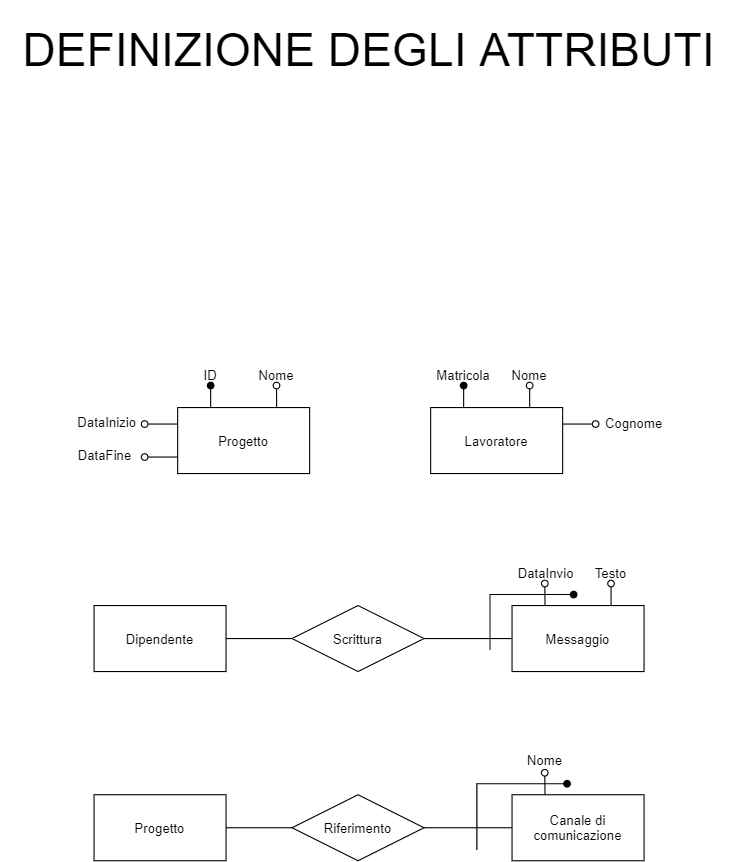
The draw.io diagram Relazione/Schema ER/definizione-attributi.png in martafra/BD-Chat-Multicanale, before a commit. Source tidied: cells renumbered, new cells last; positions are measured from the earlier drawing's top-left corner, leaving out a move shared by most shapes. Its diagram source:
```xml
<mxGraphModel>
  <root>
    <mxCell id="0" />
    <mxCell id="1" parent="0" />
    <mxCell id="2" value="DEFINIZIONE DEGLI ATTRIBUTI" style="text;html=1;strokeColor=none;fillColor=none;align=center;verticalAlign=middle;whiteSpace=wrap;rounded=0;fontSize=42;" parent="1" vertex="1">
      <mxGeometry width="670" height="90" as="geometry" />
    </mxCell>
    <mxCell id="3" style="edgeStyle=orthogonalEdgeStyle;rounded=0;jettySize=auto;html=1;exitX=0.25;exitY=0;exitDx=0;exitDy=0;endArrow=oval;endFill=1;" parent="1" edge="1" source="7">
      <mxGeometry relative="1" as="geometry">
        <mxPoint x="191" y="350" as="targetPoint" />
      </mxGeometry>
    </mxCell>
    <mxCell id="4" style="edgeStyle=orthogonalEdgeStyle;rounded=0;jettySize=auto;html=1;exitX=0.75;exitY=0;exitDx=0;exitDy=0;endArrow=oval;endFill=0;" parent="1" edge="1" source="7">
      <mxGeometry relative="1" as="geometry">
        <mxPoint x="250.9" y="350" as="targetPoint" />
      </mxGeometry>
    </mxCell>
    <mxCell id="5" style="edgeStyle=orthogonalEdgeStyle;rounded=0;jettySize=auto;html=1;exitX=0;exitY=0.25;exitDx=0;exitDy=0;endArrow=oval;endFill=0;" parent="1" edge="1" source="7">
      <mxGeometry relative="1" as="geometry">
        <mxPoint x="131" y="385" as="targetPoint" />
      </mxGeometry>
    </mxCell>
    <mxCell id="6" style="edgeStyle=orthogonalEdgeStyle;rounded=0;jettySize=auto;html=1;exitX=0;exitY=0.75;exitDx=0;exitDy=0;endArrow=oval;endFill=0;" parent="1" edge="1" source="7">
      <mxGeometry relative="1" as="geometry">
        <mxPoint x="131" y="415" as="targetPoint" />
      </mxGeometry>
    </mxCell>
    <mxCell id="7" value="Progetto" style="rounded=0;whiteSpace=wrap;html=1;" parent="1" vertex="1">
      <mxGeometry x="161" y="370" width="120" height="60" as="geometry" />
    </mxCell>
    <mxCell id="8" value="ID" style="text;html=1;strokeColor=none;fillColor=none;align=center;verticalAlign=middle;whiteSpace=wrap;rounded=0;" parent="1" vertex="1">
      <mxGeometry x="171" y="330" width="40" height="20" as="geometry" />
    </mxCell>
    <mxCell id="9" value="Nome" style="text;html=1;strokeColor=none;fillColor=none;align=center;verticalAlign=middle;whiteSpace=wrap;rounded=0;" parent="1" vertex="1">
      <mxGeometry x="231" y="330" width="40" height="20" as="geometry" />
    </mxCell>
    <mxCell id="10" value="DataInizio" style="text;html=1;strokeColor=none;fillColor=none;align=center;verticalAlign=middle;whiteSpace=wrap;rounded=0;" parent="1" vertex="1">
      <mxGeometry x="69" y="373" width="56" height="20" as="geometry" />
    </mxCell>
    <mxCell id="11" value="DataFine" style="text;html=1;strokeColor=none;fillColor=none;align=center;verticalAlign=middle;whiteSpace=wrap;rounded=0;" parent="1" vertex="1">
      <mxGeometry x="71" y="403" width="48" height="20" as="geometry" />
    </mxCell>
    <mxCell id="12" style="edgeStyle=orthogonalEdgeStyle;rounded=0;jettySize=auto;html=1;exitX=0.25;exitY=0;exitDx=0;exitDy=0;endArrow=oval;endFill=1;" parent="1" edge="1" source="15">
      <mxGeometry relative="1" as="geometry">
        <mxPoint x="421" y="350" as="targetPoint" />
      </mxGeometry>
    </mxCell>
    <mxCell id="13" style="edgeStyle=orthogonalEdgeStyle;rounded=0;jettySize=auto;html=1;exitX=0.75;exitY=0;exitDx=0;exitDy=0;endArrow=oval;endFill=0;" parent="1" edge="1" source="15">
      <mxGeometry relative="1" as="geometry">
        <mxPoint x="481" y="350" as="targetPoint" />
      </mxGeometry>
    </mxCell>
    <mxCell id="14" style="edgeStyle=orthogonalEdgeStyle;rounded=0;jettySize=auto;html=1;exitX=1;exitY=0.25;exitDx=0;exitDy=0;endArrow=oval;endFill=0;" parent="1" edge="1" source="15">
      <mxGeometry relative="1" as="geometry">
        <mxPoint x="541" y="385" as="targetPoint" />
      </mxGeometry>
    </mxCell>
    <mxCell id="15" value="Lavoratore" style="rounded=0;whiteSpace=wrap;html=1;" parent="1" vertex="1">
      <mxGeometry x="391" y="370" width="120" height="60" as="geometry" />
    </mxCell>
    <mxCell id="16" value="Matricola" style="text;html=1;strokeColor=none;fillColor=none;align=center;verticalAlign=middle;whiteSpace=wrap;rounded=0;" parent="1" vertex="1">
      <mxGeometry x="401" y="330" width="40" height="20" as="geometry" />
    </mxCell>
    <mxCell id="17" value="Nome" style="text;html=1;strokeColor=none;fillColor=none;align=center;verticalAlign=middle;whiteSpace=wrap;rounded=0;" parent="1" vertex="1">
      <mxGeometry x="461" y="330" width="40" height="20" as="geometry" />
    </mxCell>
    <mxCell id="18" value="Cognome" style="text;html=1;strokeColor=none;fillColor=none;align=center;verticalAlign=middle;whiteSpace=wrap;rounded=0;" parent="1" vertex="1">
      <mxGeometry x="551" y="374" width="50" height="20" as="geometry" />
    </mxCell>
    <mxCell id="19" style="edgeStyle=orthogonalEdgeStyle;rounded=0;jettySize=auto;html=1;exitX=1;exitY=0.5;exitDx=0;exitDy=0;entryX=0;entryY=0.5;entryDx=0;entryDy=0;endArrow=none;endFill=0;" parent="1" edge="1" source="20" target="25">
      <mxGeometry relative="1" as="geometry" />
    </mxCell>
    <mxCell id="20" value="Dipendente" style="rounded=0;whiteSpace=wrap;html=1;" parent="1" vertex="1">
      <mxGeometry x="85" y="550" width="120" height="60" as="geometry" />
    </mxCell>
    <mxCell id="21" style="edgeStyle=orthogonalEdgeStyle;rounded=0;jettySize=auto;html=1;exitX=0.75;exitY=0;exitDx=0;exitDy=0;endArrow=oval;endFill=0;" parent="1" edge="1" source="23">
      <mxGeometry relative="1" as="geometry">
        <mxPoint x="555" y="530" as="targetPoint" />
      </mxGeometry>
    </mxCell>
    <mxCell id="22" style="edgeStyle=orthogonalEdgeStyle;rounded=0;jettySize=auto;html=1;exitX=0.25;exitY=0;exitDx=0;exitDy=0;endArrow=oval;endFill=0;" parent="1" edge="1" source="23">
      <mxGeometry relative="1" as="geometry">
        <mxPoint x="494.8" y="530" as="targetPoint" />
      </mxGeometry>
    </mxCell>
    <mxCell id="23" value="Messaggio" style="rounded=0;whiteSpace=wrap;html=1;" parent="1" vertex="1">
      <mxGeometry x="465" y="550" width="120" height="60" as="geometry" />
    </mxCell>
    <mxCell id="24" style="edgeStyle=orthogonalEdgeStyle;rounded=0;jettySize=auto;html=1;exitX=1;exitY=0.5;exitDx=0;exitDy=0;entryX=0;entryY=0.5;entryDx=0;entryDy=0;endArrow=none;endFill=0;" parent="1" edge="1" source="25" target="23">
      <mxGeometry relative="1" as="geometry" />
    </mxCell>
    <mxCell id="25" value="Scrittura" style="shape=rhombus;perimeter=rhombusPerimeter;whiteSpace=wrap;html=1;align=center;" parent="1" vertex="1">
      <mxGeometry x="265" y="550" width="120" height="60" as="geometry" />
    </mxCell>
    <mxCell id="26" value="Testo" style="text;html=1;strokeColor=none;fillColor=none;align=center;verticalAlign=middle;whiteSpace=wrap;rounded=0;" parent="1" vertex="1">
      <mxGeometry x="535" y="510" width="40" height="20" as="geometry" />
    </mxCell>
    <mxCell id="27" value="DataInvio" style="text;html=1;strokeColor=none;fillColor=none;align=center;verticalAlign=middle;whiteSpace=wrap;rounded=0;" parent="1" vertex="1">
      <mxGeometry x="471" y="510" width="50" height="20" as="geometry" />
    </mxCell>
    <mxCell id="28" style="edgeStyle=orthogonalEdgeStyle;rounded=0;orthogonalLoop=1;jettySize=auto;html=1;endArrow=oval;endFill=1;" parent="1" edge="1">
      <mxGeometry relative="1" as="geometry">
        <mxPoint x="445" y="590" as="sourcePoint" />
        <mxPoint x="521" y="540" as="targetPoint" />
        <Array as="points">
          <mxPoint x="445" y="540" />
        </Array>
      </mxGeometry>
    </mxCell>
    <mxCell id="29" value="Progetto" style="rounded=0;whiteSpace=wrap;html=1;" parent="1" vertex="1">
      <mxGeometry x="85" y="722" width="120" height="60" as="geometry" />
    </mxCell>
    <mxCell id="30" style="edgeStyle=orthogonalEdgeStyle;rounded=0;jettySize=auto;html=1;exitX=0.25;exitY=0;exitDx=0;exitDy=0;endArrow=oval;endFill=0;" parent="1" edge="1" source="31">
      <mxGeometry relative="1" as="geometry">
        <mxPoint x="494.7" y="702" as="targetPoint" />
      </mxGeometry>
    </mxCell>
    <mxCell id="31" value="Canale di comunicazione" style="rounded=0;whiteSpace=wrap;html=1;" parent="1" vertex="1">
      <mxGeometry x="465" y="722" width="120" height="60" as="geometry" />
    </mxCell>
    <mxCell id="32" style="edgeStyle=orthogonalEdgeStyle;rounded=0;orthogonalLoop=1;jettySize=auto;html=1;endArrow=oval;endFill=1;" parent="1" edge="1">
      <mxGeometry relative="1" as="geometry">
        <mxPoint x="433" y="772" as="sourcePoint" />
        <mxPoint x="515" y="712" as="targetPoint" />
        <Array as="points">
          <mxPoint x="433" y="772" />
          <mxPoint x="433" y="712" />
        </Array>
      </mxGeometry>
    </mxCell>
    <mxCell id="33" style="edgeStyle=orthogonalEdgeStyle;rounded=0;jettySize=auto;html=1;exitX=1;exitY=0.5;exitDx=0;exitDy=0;entryX=0;entryY=0.5;entryDx=0;entryDy=0;endArrow=none;endFill=0;" parent="1" edge="1" source="29" target="35">
      <mxGeometry relative="1" as="geometry" />
    </mxCell>
    <mxCell id="34" style="edgeStyle=orthogonalEdgeStyle;rounded=0;jettySize=auto;html=1;exitX=1;exitY=0.5;exitDx=0;exitDy=0;entryX=0;entryY=0.5;entryDx=0;entryDy=0;endArrow=none;endFill=0;" parent="1" edge="1" source="35" target="31">
      <mxGeometry relative="1" as="geometry" />
    </mxCell>
    <mxCell id="35" value="Riferimento" style="shape=rhombus;perimeter=rhombusPerimeter;whiteSpace=wrap;html=1;align=center;" parent="1" vertex="1">
      <mxGeometry x="265" y="722" width="120" height="60" as="geometry" />
    </mxCell>
    <mxCell id="36" value="Nome" style="text;html=1;strokeColor=none;fillColor=none;align=center;verticalAlign=middle;whiteSpace=wrap;rounded=0;" parent="1" vertex="1">
      <mxGeometry x="475" y="680" width="40" height="20" as="geometry" />
    </mxCell>
  </root>
</mxGraphModel>
```
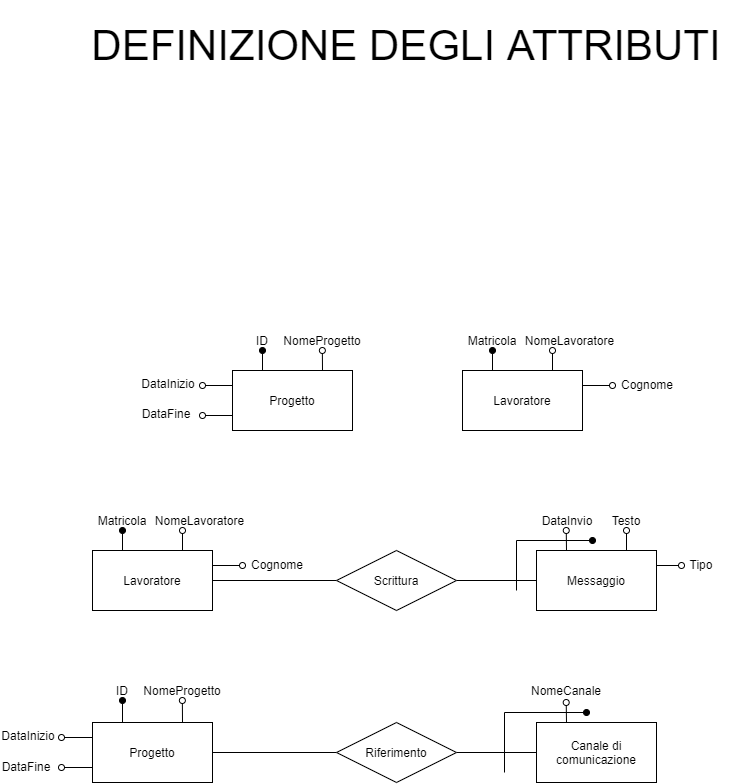
Later version of the same file.

Commit message:
Schema E-R ultimato, regole aziendali da RIVEDERE

Diff of the diagram source:
```diff
@@ -31,7 +31,7 @@
     <mxCell id="8" value="ID" style="text;html=1;strokeColor=none;fillColor=none;align=center;verticalAlign=middle;whiteSpace=wrap;rounded=0;" parent="1" vertex="1">
       <mxGeometry x="171" y="330" width="40" height="20" as="geometry" />
     </mxCell>
-    <mxCell id="9" value="Nome" style="text;html=1;strokeColor=none;fillColor=none;align=center;verticalAlign=middle;whiteSpace=wrap;rounded=0;" parent="1" vertex="1">
+    <mxCell id="9" value="NomeProgetto" style="text;html=1;strokeColor=none;fillColor=none;align=center;verticalAlign=middle;whiteSpace=wrap;rounded=0;" parent="1" vertex="1">
       <mxGeometry x="231" y="330" width="40" height="20" as="geometry" />
     </mxCell>
     <mxCell id="10" value="DataInizio" style="text;html=1;strokeColor=none;fillColor=none;align=center;verticalAlign=middle;whiteSpace=wrap;rounded=0;" parent="1" vertex="1">
@@ -61,18 +61,15 @@
     <mxCell id="16" value="Matricola" style="text;html=1;strokeColor=none;fillColor=none;align=center;verticalAlign=middle;whiteSpace=wrap;rounded=0;" parent="1" vertex="1">
       <mxGeometry x="401" y="330" width="40" height="20" as="geometry" />
     </mxCell>
-    <mxCell id="17" value="Nome" style="text;html=1;strokeColor=none;fillColor=none;align=center;verticalAlign=middle;whiteSpace=wrap;rounded=0;" parent="1" vertex="1">
-      <mxGeometry x="461" y="330" width="40" height="20" as="geometry" />
+    <mxCell id="17" value="NomeLavoratore" style="text;html=1;strokeColor=none;fillColor=none;align=center;verticalAlign=middle;whiteSpace=wrap;rounded=0;" parent="1" vertex="1">
+      <mxGeometry x="453.5" y="330" width="89" height="20" as="geometry" />
     </mxCell>
     <mxCell id="18" value="Cognome" style="text;html=1;strokeColor=none;fillColor=none;align=center;verticalAlign=middle;whiteSpace=wrap;rounded=0;" parent="1" vertex="1">
       <mxGeometry x="551" y="374" width="50" height="20" as="geometry" />
     </mxCell>
-    <mxCell id="19" style="edgeStyle=orthogonalEdgeStyle;rounded=0;jettySize=auto;html=1;exitX=1;exitY=0.5;exitDx=0;exitDy=0;entryX=0;entryY=0.5;entryDx=0;entryDy=0;endArrow=none;endFill=0;" parent="1" edge="1" source="20" target="25">
+    <mxCell id="19" style="edgeStyle=orthogonalEdgeStyle;rounded=0;jettySize=auto;html=1;exitX=1;exitY=0.5;exitDx=0;exitDy=0;entryX=0;entryY=0.5;entryDx=0;entryDy=0;endArrow=none;endFill=0;" parent="1" edge="1" source="41" target="25">
       <mxGeometry relative="1" as="geometry" />
     </mxCell>
-    <mxCell id="20" value="Dipendente" style="rounded=0;whiteSpace=wrap;html=1;" parent="1" vertex="1">
-      <mxGeometry x="85" y="550" width="120" height="60" as="geometry" />
-    </mxCell>
     <mxCell id="21" style="edgeStyle=orthogonalEdgeStyle;rounded=0;jettySize=auto;html=1;exitX=0.75;exitY=0;exitDx=0;exitDy=0;endArrow=oval;endFill=0;" parent="1" edge="1" source="23">
       <mxGeometry relative="1" as="geometry">
         <mxPoint x="555" y="530" as="targetPoint" />
@@ -83,6 +80,11 @@
         <mxPoint x="494.8" y="530" as="targetPoint" />
       </mxGeometry>
     </mxCell>
+    <mxCell id="37" style="edgeStyle=orthogonalEdgeStyle;rounded=0;jettySize=auto;html=1;exitX=1;exitY=0.25;exitDx=0;exitDy=0;endArrow=oval;endFill=0;" parent="1" edge="1" source="23">
+      <mxGeometry relative="1" as="geometry">
+        <mxPoint x="610" y="565" as="targetPoint" />
+      </mxGeometry>
+    </mxCell>
     <mxCell id="23" value="Messaggio" style="rounded=0;whiteSpace=wrap;html=1;" parent="1" vertex="1">
       <mxGeometry x="465" y="550" width="120" height="60" as="geometry" />
     </mxCell>
@@ -107,9 +109,6 @@
         </Array>
       </mxGeometry>
     </mxCell>
-    <mxCell id="29" value="Progetto" style="rounded=0;whiteSpace=wrap;html=1;" parent="1" vertex="1">
-      <mxGeometry x="85" y="722" width="120" height="60" as="geometry" />
-    </mxCell>
     <mxCell id="30" style="edgeStyle=orthogonalEdgeStyle;rounded=0;jettySize=auto;html=1;exitX=0.25;exitY=0;exitDx=0;exitDy=0;endArrow=oval;endFill=0;" parent="1" edge="1" source="31">
       <mxGeometry relative="1" as="geometry">
         <mxPoint x="494.7" y="702" as="targetPoint" />
@@ -137,8 +136,73 @@
     <mxCell id="35" value="Riferimento" style="shape=rhombus;perimeter=rhombusPerimeter;whiteSpace=wrap;html=1;align=center;" parent="1" vertex="1">
       <mxGeometry x="265" y="722" width="120" height="60" as="geometry" />
     </mxCell>
-    <mxCell id="36" value="Nome" style="text;html=1;strokeColor=none;fillColor=none;align=center;verticalAlign=middle;whiteSpace=wrap;rounded=0;" parent="1" vertex="1">
+    <mxCell id="36" value="NomeCanale" style="text;html=1;strokeColor=none;fillColor=none;align=center;verticalAlign=middle;whiteSpace=wrap;rounded=0;" parent="1" vertex="1">
       <mxGeometry x="475" y="680" width="40" height="20" as="geometry" />
     </mxCell>
+    <mxCell id="38" style="edgeStyle=orthogonalEdgeStyle;rounded=0;jettySize=auto;html=1;exitX=0.25;exitY=0;exitDx=0;exitDy=0;endArrow=oval;endFill=1;" parent="1" edge="1" source="41">
+      <mxGeometry relative="1" as="geometry">
+        <mxPoint x="51" y="530" as="targetPoint" />
+      </mxGeometry>
+    </mxCell>
+    <mxCell id="39" style="edgeStyle=orthogonalEdgeStyle;rounded=0;jettySize=auto;html=1;exitX=0.75;exitY=0;exitDx=0;exitDy=0;endArrow=oval;endFill=0;" parent="1" edge="1" source="41">
+      <mxGeometry relative="1" as="geometry">
+        <mxPoint x="111" y="530" as="targetPoint" />
+      </mxGeometry>
+    </mxCell>
+    <mxCell id="40" style="edgeStyle=orthogonalEdgeStyle;rounded=0;jettySize=auto;html=1;exitX=1;exitY=0.25;exitDx=0;exitDy=0;endArrow=oval;endFill=0;" parent="1" edge="1" source="41">
+      <mxGeometry relative="1" as="geometry">
+        <mxPoint x="171" y="565" as="targetPoint" />
+      </mxGeometry>
+    </mxCell>
+    <mxCell id="41" value="Lavoratore" style="rounded=0;whiteSpace=wrap;html=1;" parent="1" vertex="1">
+      <mxGeometry x="21" y="550" width="120" height="60" as="geometry" />
+    </mxCell>
+    <mxCell id="42" value="Matricola" style="text;html=1;strokeColor=none;fillColor=none;align=center;verticalAlign=middle;whiteSpace=wrap;rounded=0;" parent="1" vertex="1">
+      <mxGeometry x="31" y="510" width="40" height="20" as="geometry" />
+    </mxCell>
+    <mxCell id="43" value="NomeLavoratore" style="text;html=1;strokeColor=none;fillColor=none;align=center;verticalAlign=middle;whiteSpace=wrap;rounded=0;" parent="1" vertex="1">
+      <mxGeometry x="83.5" y="510" width="89" height="20" as="geometry" />
+    </mxCell>
+    <mxCell id="44" value="Cognome" style="text;html=1;strokeColor=none;fillColor=none;align=center;verticalAlign=middle;whiteSpace=wrap;rounded=0;" parent="1" vertex="1">
+      <mxGeometry x="181" y="554" width="50" height="20" as="geometry" />
+    </mxCell>
+    <mxCell id="45" style="edgeStyle=orthogonalEdgeStyle;rounded=0;jettySize=auto;html=1;exitX=0.25;exitY=0;exitDx=0;exitDy=0;endArrow=oval;endFill=1;" parent="1" edge="1" source="29">
+      <mxGeometry relative="1" as="geometry">
+        <mxPoint x="51" y="700" as="targetPoint" />
+      </mxGeometry>
+    </mxCell>
+    <mxCell id="46" style="edgeStyle=orthogonalEdgeStyle;rounded=0;jettySize=auto;html=1;exitX=0.75;exitY=0;exitDx=0;exitDy=0;endArrow=oval;endFill=0;" parent="1" edge="1" source="29">
+      <mxGeometry relative="1" as="geometry">
+        <mxPoint x="110.9" y="700" as="targetPoint" />
+      </mxGeometry>
+    </mxCell>
+    <mxCell id="47" style="edgeStyle=orthogonalEdgeStyle;rounded=0;jettySize=auto;html=1;exitX=0;exitY=0.25;exitDx=0;exitDy=0;endArrow=oval;endFill=0;" parent="1" edge="1" source="29">
+      <mxGeometry relative="1" as="geometry">
+        <mxPoint x="-10" y="737" as="targetPoint" />
+      </mxGeometry>
+    </mxCell>
+    <mxCell id="48" style="edgeStyle=orthogonalEdgeStyle;rounded=0;jettySize=auto;html=1;exitX=0;exitY=0.75;exitDx=0;exitDy=0;endArrow=oval;endFill=0;" parent="1" edge="1" source="29">
+      <mxGeometry relative="1" as="geometry">
+        <mxPoint x="-10" y="767" as="targetPoint" />
+      </mxGeometry>
+    </mxCell>
+    <mxCell id="29" value="Progetto" style="rounded=0;whiteSpace=wrap;html=1;" parent="1" vertex="1">
+      <mxGeometry x="21" y="722" width="120" height="60" as="geometry" />
+    </mxCell>
+    <mxCell id="49" value="ID" style="text;html=1;strokeColor=none;fillColor=none;align=center;verticalAlign=middle;whiteSpace=wrap;rounded=0;" parent="1" vertex="1">
+      <mxGeometry x="31" y="680" width="40" height="20" as="geometry" />
+    </mxCell>
+    <mxCell id="50" value="NomeProgetto" style="text;html=1;strokeColor=none;fillColor=none;align=center;verticalAlign=middle;whiteSpace=wrap;rounded=0;" parent="1" vertex="1">
+      <mxGeometry x="91" y="680" width="40" height="20" as="geometry" />
+    </mxCell>
+    <mxCell id="51" value="DataInizio" style="text;html=1;strokeColor=none;fillColor=none;align=center;verticalAlign=middle;whiteSpace=wrap;rounded=0;" parent="1" vertex="1">
+      <mxGeometry x="-71" y="725" width="56" height="20" as="geometry" />
+    </mxCell>
+    <mxCell id="52" value="DataFine" style="text;html=1;strokeColor=none;fillColor=none;align=center;verticalAlign=middle;whiteSpace=wrap;rounded=0;" parent="1" vertex="1">
+      <mxGeometry x="-69" y="756" width="48" height="20" as="geometry" />
+    </mxCell>
+    <mxCell id="53" value="Tipo" style="text;html=1;strokeColor=none;fillColor=none;align=center;verticalAlign=middle;whiteSpace=wrap;rounded=0;" parent="1" vertex="1">
+      <mxGeometry x="610" y="554" width="40" height="20" as="geometry" />
+    </mxCell>
   </root>
 </mxGraphModel>
```
